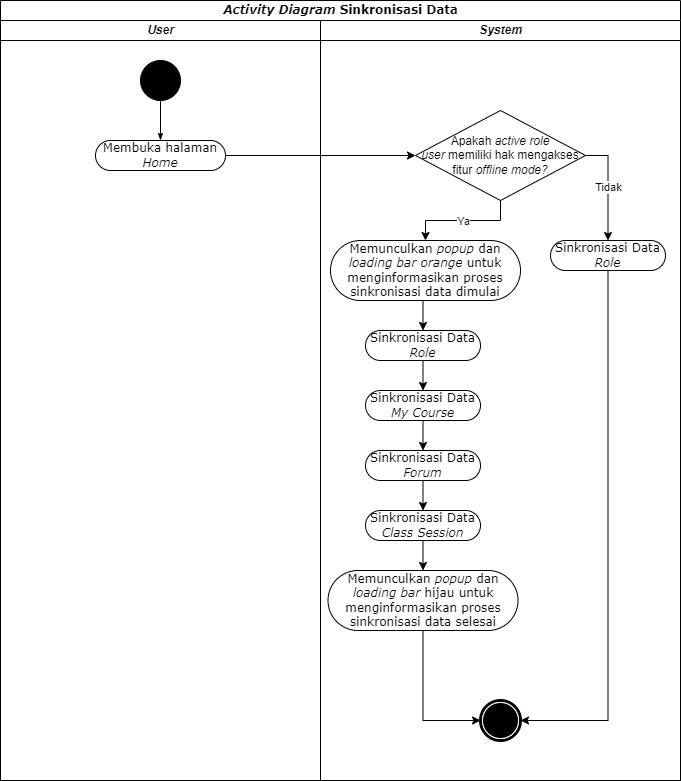
Above: diagrams/sinkronisasi_data/Activity Diagram.drawio.png in angeliawidjaja/offline-mode-paper (draw.io), before the change. Source tidied: cells renumbered, new cells last; positions are measured from the earlier drawing's top-left corner, leaving out a move shared by most shapes.
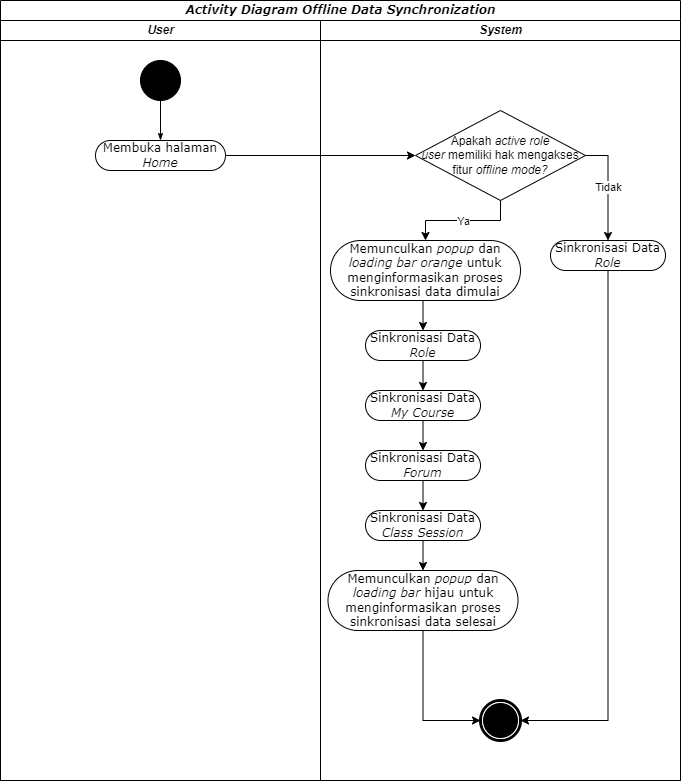
Above is the later version.

What changed in the source:
```diff
@@ -2,7 +2,7 @@
   <root>
     <mxCell id="0" />
     <mxCell id="1" parent="0" />
-    <mxCell id="2" value="&lt;i&gt;Activity Diagram&lt;/i&gt; Sinkronisasi Data" style="swimlane;html=1;startSize=20;rounded=0;shadow=0;comic=0;labelBackgroundColor=none;strokeWidth=1;fontFamily=Verdana;fontSize=12;align=center;" parent="1" vertex="1">
+    <mxCell id="2" value="&lt;i&gt;Activity Diagram&lt;/i&gt;&amp;nbsp;&lt;i&gt;Offline Data Synchronization&lt;/i&gt;" style="swimlane;html=1;startSize=20;rounded=0;shadow=0;comic=0;labelBackgroundColor=none;strokeWidth=1;fontFamily=Verdana;fontSize=12;align=center;" parent="1" vertex="1">
       <mxGeometry width="680" height="780" as="geometry" />
     </mxCell>
     <mxCell id="3" value="&lt;i&gt;User&lt;/i&gt;" style="swimlane;html=1;startSize=20;" parent="2" vertex="1">
```
